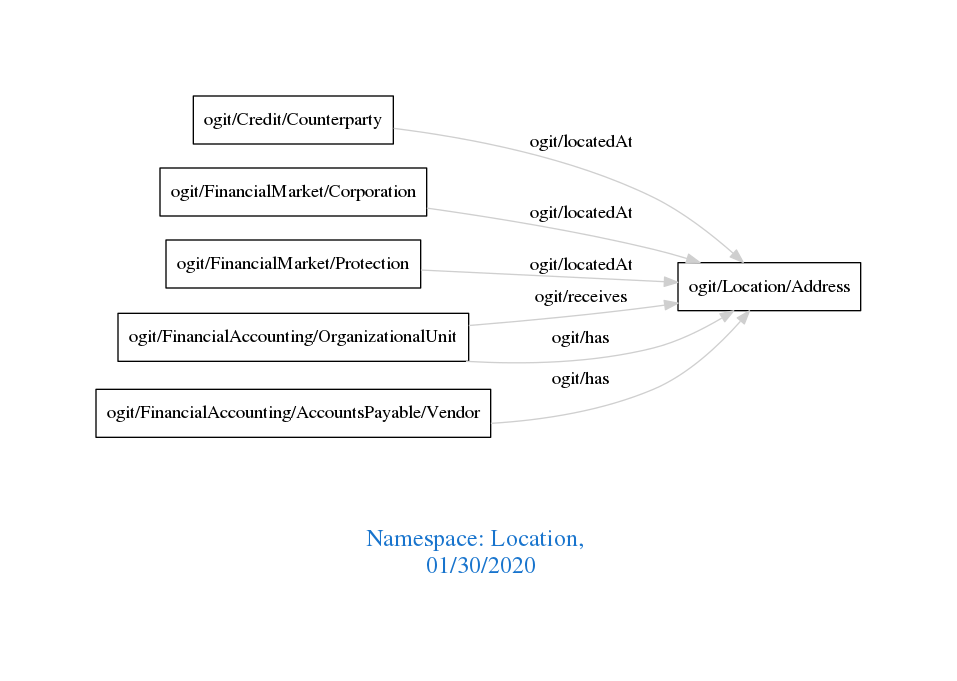
Above: downloads/Location.png in arago/OGIT (Graphviz), before the change. Its source is kept beside it as downloads/Location.dot.
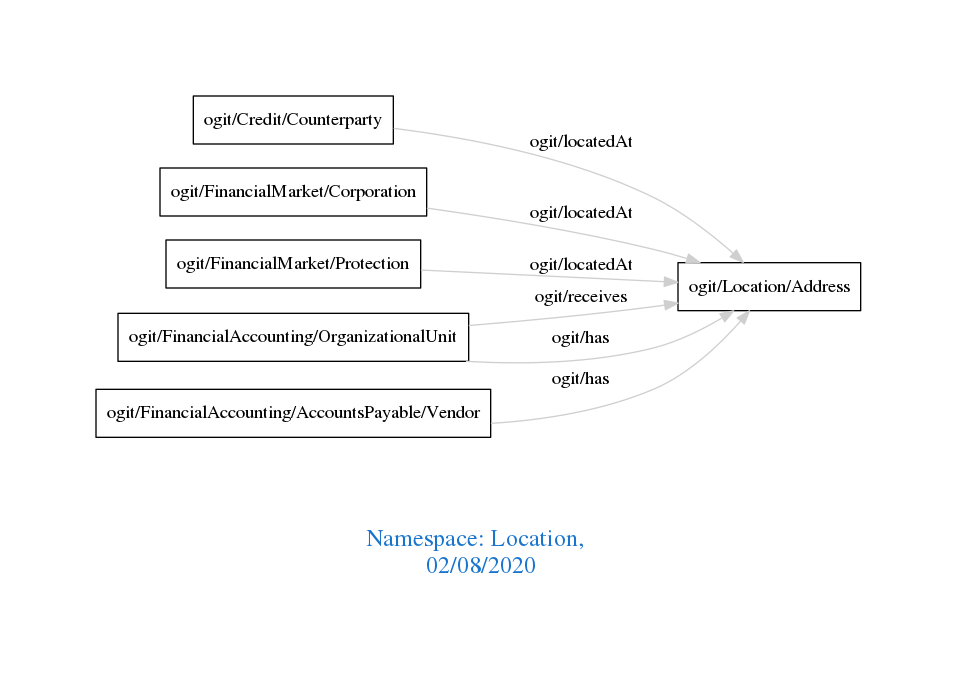
The same diagram one commit later.

What changed in the source:
```diff
@@ -1,7 +1,7 @@
 digraph OGIT_ontology {
  graph [ rankdir= LR,pad=1
 fontsize = 18,
-fontcolor= dodgerblue3,label = "\n\n\nNamespace: Location, \n 01/30/2020"];
+fontcolor= dodgerblue3,label = "\n\n\nNamespace: Location, \n 02/08/2020"];
 node[shape=polygon];
 edge [  color="gray81"];
 
```
